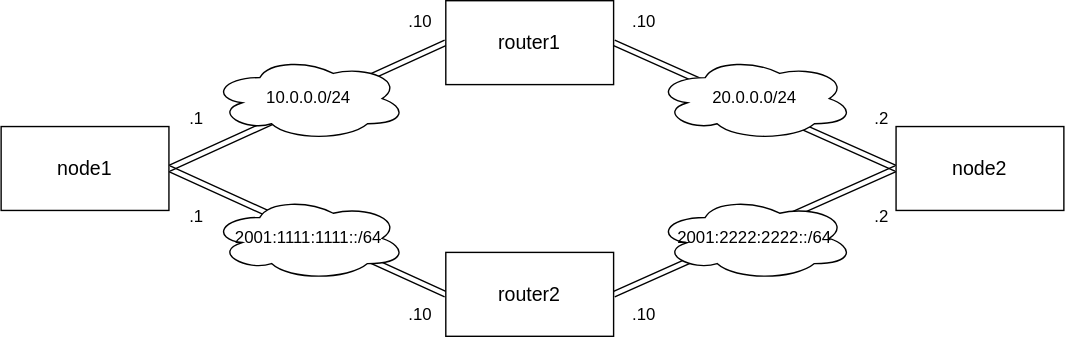
Above: Test-Infrastracture/Docker/docker-and-ipcmd_example/topology.drawio.svg in shin-ch13/network-lab (draw.io), before the change. Source tidied: cells renumbered, new cells last; positions are measured from the earlier drawing's top-left corner, leaving out a move shared by most shapes.
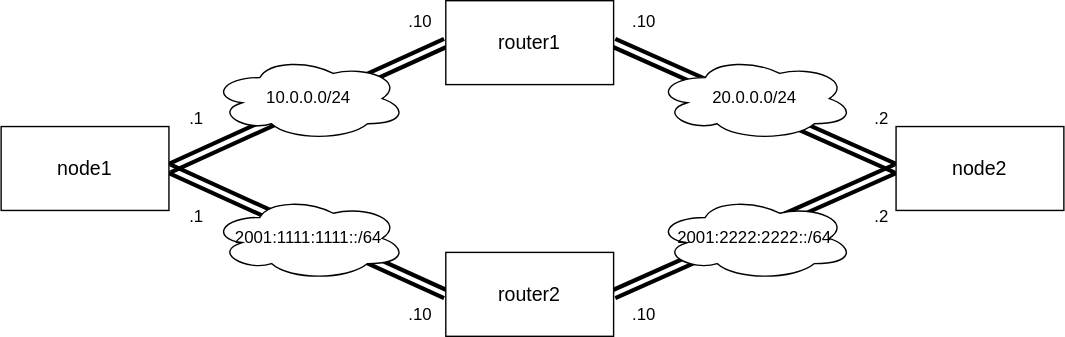
Later version of the same file.

Change to the diagram source:
```diff
@@ -2,22 +2,22 @@
   <root>
     <mxCell id="0" />
     <mxCell id="1" parent="0" />
-    <mxCell id="2" style="edgeStyle=none;html=1;exitX=1;exitY=0.5;exitDx=0;exitDy=0;entryX=0;entryY=0.5;entryDx=0;entryDy=0;shape=link;strokeColor=#000000;" parent="1" edge="1" source="4" target="6">
+    <mxCell id="2" style="edgeStyle=none;html=1;exitX=1;exitY=0.5;exitDx=0;exitDy=0;entryX=0;entryY=0.5;entryDx=0;entryDy=0;shape=link;strokeWidth=3;strokeColor=#000000;" parent="1" edge="1" source="4" target="6">
       <mxGeometry relative="1" as="geometry" />
     </mxCell>
-    <mxCell id="3" style="edgeStyle=none;shape=link;html=1;exitX=1;exitY=0.5;exitDx=0;exitDy=0;entryX=0;entryY=0.5;entryDx=0;entryDy=0;strokeColor=#000000;" parent="1" edge="1" source="4" target="8">
+    <mxCell id="3" style="edgeStyle=none;shape=link;html=1;exitX=1;exitY=0.5;exitDx=0;exitDy=0;entryX=0;entryY=0.5;entryDx=0;entryDy=0;strokeColor=#000000;strokeWidth=3;" parent="1" edge="1" source="4" target="8">
       <mxGeometry relative="1" as="geometry" />
     </mxCell>
     <mxCell id="4" value="node1" style="rounded=0;whiteSpace=wrap;html=1;fontSize=14;" parent="1" vertex="1">
       <mxGeometry y="90" width="120" height="60" as="geometry" />
     </mxCell>
-    <mxCell id="5" style="edgeStyle=none;shape=link;html=1;exitX=1;exitY=0.5;exitDx=0;exitDy=0;entryX=0;entryY=0.5;entryDx=0;entryDy=0;strokeColor=#000000;" parent="1" edge="1" source="6" target="9">
+    <mxCell id="5" style="edgeStyle=none;shape=link;html=1;exitX=1;exitY=0.5;exitDx=0;exitDy=0;entryX=0;entryY=0.5;entryDx=0;entryDy=0;strokeColor=#000000;strokeWidth=3;" parent="1" edge="1" source="6" target="9">
       <mxGeometry relative="1" as="geometry" />
     </mxCell>
     <mxCell id="6" value="router1" style="rounded=0;whiteSpace=wrap;html=1;fontSize=14;" parent="1" vertex="1">
       <mxGeometry x="318" width="120" height="60" as="geometry" />
     </mxCell>
-    <mxCell id="7" style="edgeStyle=none;shape=link;html=1;exitX=1;exitY=0.5;exitDx=0;exitDy=0;entryX=0;entryY=0.5;entryDx=0;entryDy=0;strokeColor=#000000;" parent="1" edge="1" source="8" target="9">
+    <mxCell id="7" style="edgeStyle=none;shape=link;html=1;exitX=1;exitY=0.5;exitDx=0;exitDy=0;entryX=0;entryY=0.5;entryDx=0;entryDy=0;strokeColor=#000000;strokeWidth=3;" parent="1" edge="1" source="8" target="9">
       <mxGeometry relative="1" as="geometry" />
     </mxCell>
     <mxCell id="8" value="router2" style="rounded=0;whiteSpace=wrap;html=1;fontSize=14;" parent="1" vertex="1">
```
